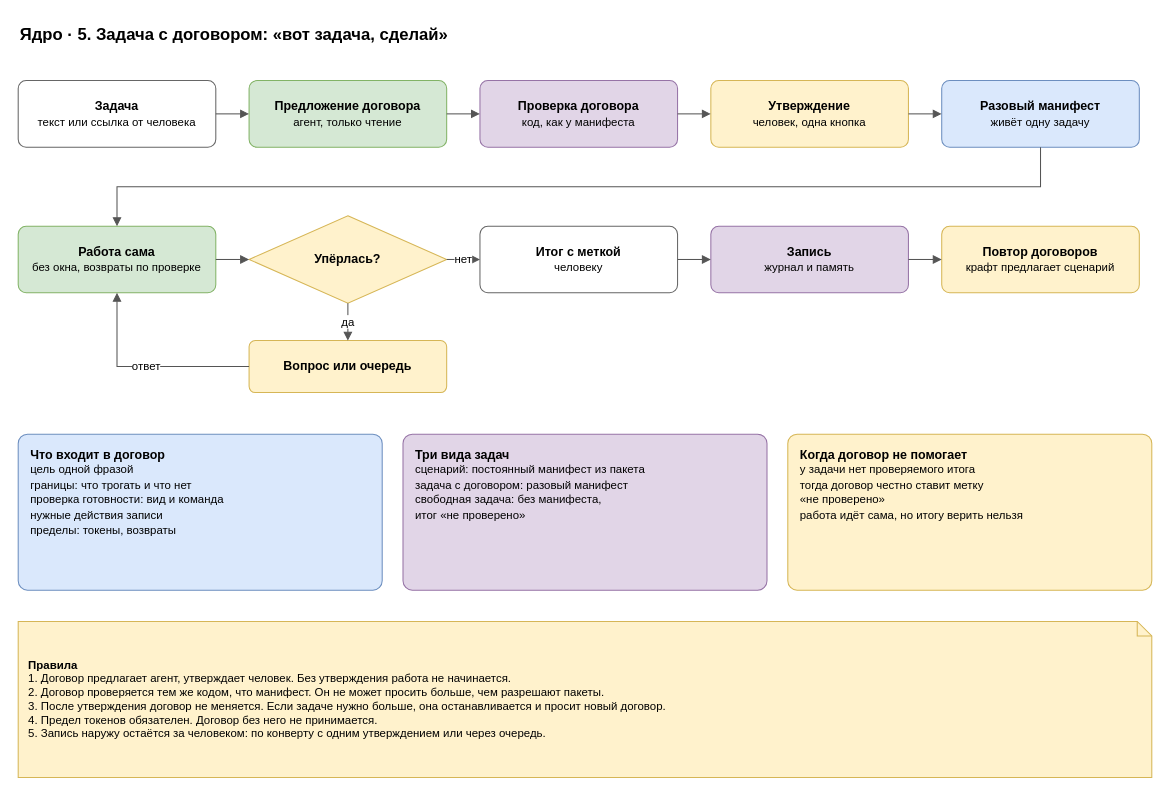
roygkov/reins keeps this draw.io diagram as page "6. Задача с договором" (6 of 24) of docs/spec/harness-spec.drawio. Above is the earlier version. Source tidied: cells renumbered, new cells numbered last; positions are measured from the earlier drawing's top-left corner, leaving out a move shared by most shapes. Both pictures are drawn from the tidied source at 104%, with x=0, y=0 at pixel (18, 18).
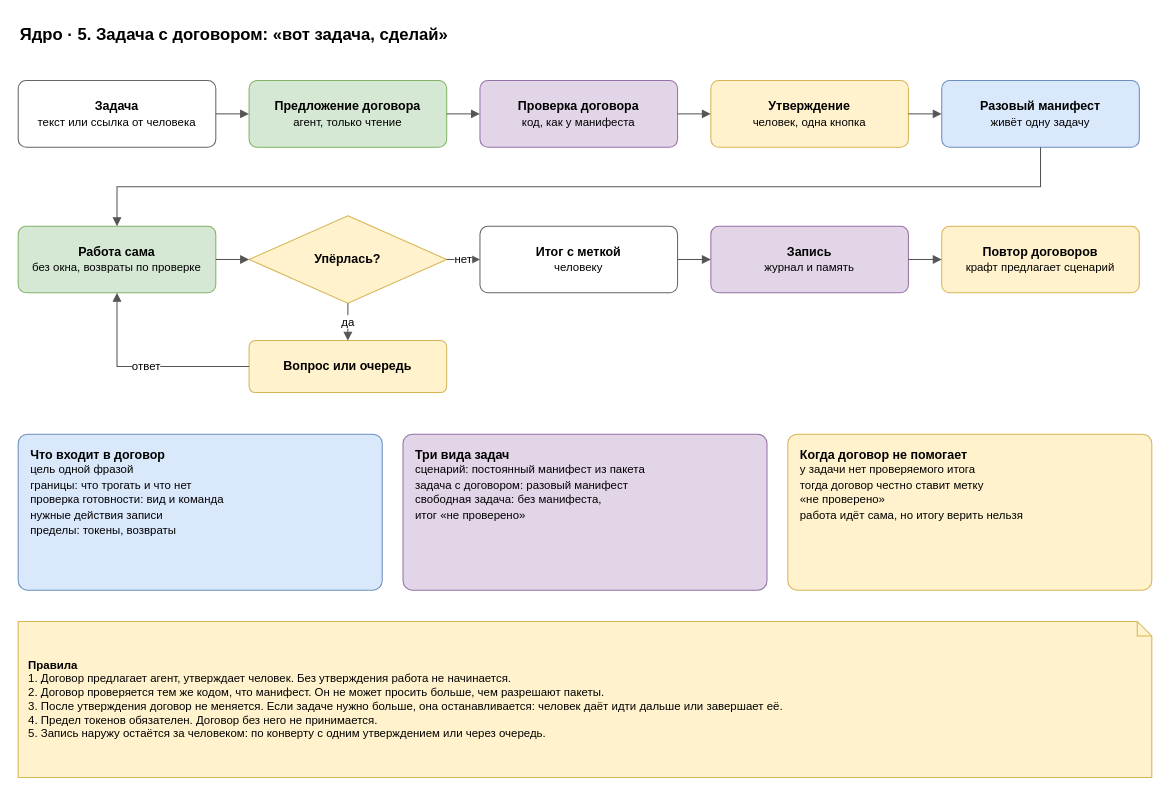
After the change.

What changed in the source:
```diff
@@
-    <mxCell id="28" value="&lt;b&gt;Правила&lt;/b&gt;&lt;br&gt;1. Договор предлагает агент, утверждает человек. Без утверждения работа не начинается.&lt;br&gt;2. Договор проверяется тем же кодом, что манифест. Он не может просить больше, чем разрешают пакеты.&lt;br&gt;3. После утверждения договор не меняется. Если задаче нужно больше, она останавливается и просит новый договор.&lt;br&gt;4. Предел токенов обязателен. Договор без него не принимается.&lt;br&gt;5. Запись наружу остаётся за человеком: по конверту с одним утверждением или через очередь." style="shape=note;whiteSpace=wrap;html=1;backgroundOutline=1;size=14;fillColor=#fff2cc;strokeColor=#d6b656;align=left;spacingLeft=8;spacingRight=8;fontSize=11;" parent="1" vertex="1">
+    <mxCell id="28" value="&lt;b&gt;Правила&lt;/b&gt;&lt;br&gt;1. Договор предлагает агент, утверждает человек. Без утверждения работа не начинается.&lt;br&gt;2. Договор проверяется тем же кодом, что манифест. Он не может просить больше, чем разрешают пакеты.&lt;br&gt;3. После утверждения договор не меняется. Если задаче нужно больше, она останавливается: человек даёт идти дальше или завершает её.&lt;br&gt;4. Предел токенов обязателен. Договор без него не принимается.&lt;br&gt;5. Запись наружу остаётся за человеком: по конверту с одним утверждением или через очередь." style="shape=note;whiteSpace=wrap;html=1;backgroundOutline=1;size=14;fillColor=#fff2cc;strokeColor=#d6b656;align=left;spacingLeft=8;spacingRight=8;fontSize=11;" parent="1" vertex="1">
       <mxGeometry y="580" width="1090" height="150" as="geometry" />
     </mxCell>
```
